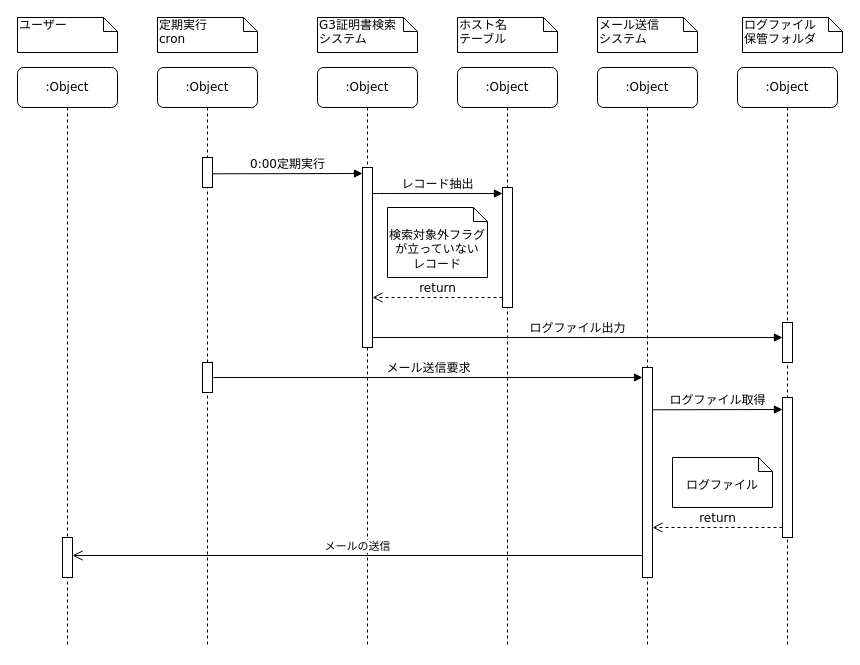
This is sequenceDiagram2.drawio from r-asano/kaihatsubuKenshu, a draw.io file, before an edit. Source tidied: cells renumbered, new cells numbered last; positions are measured from the earlier drawing's top-left corner, leaving out a move shared by most shapes. Both pictures are drawn from the tidied source at 100%, with x=0, y=0 at pixel (17, 17).
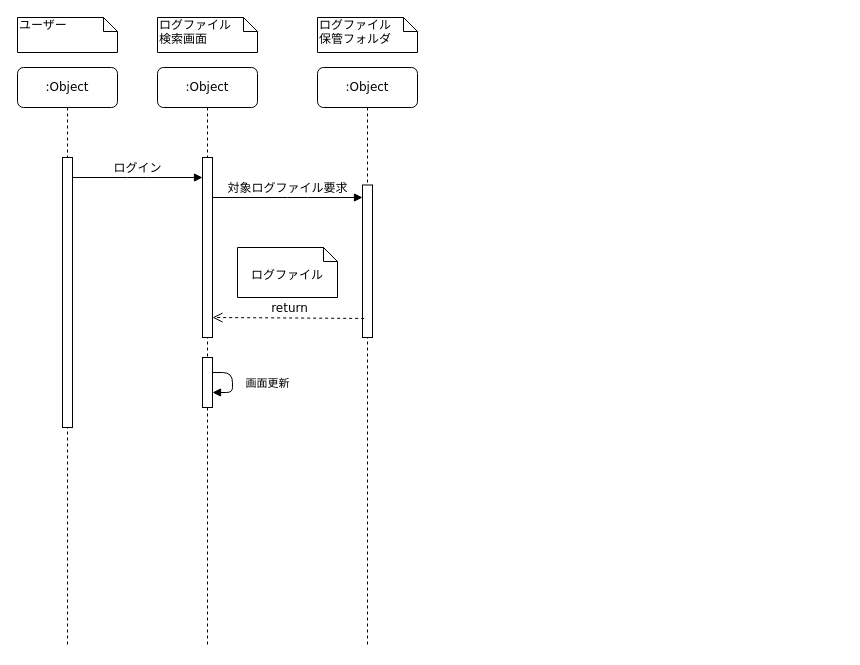
Above is the later version.

Unchanged cells that the change refers to:
```xml
<mxCell id="2" value=":Object" style="shape=umlLifeline;perimeter=lifelinePerimeter;whiteSpace=wrap;html=1;rounded=1;shadow=0;comic=0;labelBackgroundColor=none;strokeWidth=1;fontFamily=Verdana;fontSize=12;align=center;" parent="1" vertex="1">
  <mxGeometry x="140" y="50" width="100" height="580" as="geometry" />
</mxCell>
```

The edit, as a diff of the source:
```diff
@@
+    <mxCell id="4" style="html=1;points=[];perimeter=orthogonalPerimeter;rounded=0;shadow=0;comic=0;labelBackgroundColor=none;strokeWidth=1;fontFamily=Verdana;fontSize=12;align=center;" parent="2" vertex="1">
+      <mxGeometry x="45" y="90" width="10" height="180" as="geometry" />
+    </mxCell>
+    <mxCell id="32" style="html=1;points=[];perimeter=orthogonalPerimeter;rounded=0;shadow=0;comic=0;labelBackgroundColor=none;strokeWidth=1;fontFamily=Verdana;fontSize=12;align=center;" parent="2" vertex="1">
+      <mxGeometry x="45" y="290" width="10" height="50" as="geometry" />
+    </mxCell>
+    <mxCell id="33" value="画面更新" style="html=1;verticalAlign=bottom;endArrow=block;" parent="2" edge="1" source="32" target="32">
+      <mxGeometry x="0.33" y="-35" relative="1" as="geometry">
+        <mxPoint x="35" y="35" as="offset" />
+      </mxGeometry>
+    </mxCell>
+    <mxCell id="5" value=":Object" style="shape=umlLifeline;perimeter=lifelinePerimeter;whiteSpace=wrap;html=1;rounded=1;shadow=0;comic=0;labelBackgroundColor=none;strokeWidth=1;fontFamily=Verdana;fontSize=12;align=center;" parent="1" vertex="1">
+      <mxGeometry x="300" y="50" width="100" height="580" as="geometry" />
+    </mxCell>
+    <mxCell id="34" style="html=1;points=[];perimeter=orthogonalPerimeter;rounded=0;shadow=0;comic=0;labelBackgroundColor=none;strokeWidth=1;fontFamily=Verdana;fontSize=12;align=center;" parent="5" vertex="1">
+      <mxGeometry x="45" y="117.5" width="10" height="152.5" as="geometry" />
+    </mxCell>
+    <mxCell id="12" value=":Object" style="shape=umlLifeline;perimeter=lifelinePerimeter;whiteSpace=wrap;html=1;rounded=1;shadow=0;comic=0;labelBackgroundColor=none;strokeWidth=1;fontFamily=Verdana;fontSize=12;align=center;" parent="1" vertex="1">
+      <mxGeometry y="50" width="100" height="580" as="geometry" />
+    </mxCell>
-    <mxCell id="3" style="html=1;points=[];perimeter=orthogonalPerimeter;rounded=0;shadow=0;comic=0;labelBackgroundColor=none;strokeWidth=1;fontFamily=Verdana;fontSize=12;align=center;" parent="2" vertex="1">
-      <mxGeometry x="45" y="90" width="10" height="30" as="geometry" />
+    <mxCell id="3" style="html=1;points=[];perimeter=orthogonalPerimeter;rounded=0;shadow=0;comic=0;labelBackgroundColor=none;strokeWidth=1;fontFamily=Verdana;fontSize=12;align=center;" parent="12" vertex="1">
+      <mxGeometry x="45" y="90" width="10" height="270" as="geometry" />
     </mxCell>
-    <mxCell id="4" style="html=1;points=[];perimeter=orthogonalPerimeter;rounded=0;shadow=0;comic=0;labelBackgroundColor=none;strokeWidth=1;fontFamily=Verdana;fontSize=12;align=center;" parent="2" vertex="1">
-      <mxGeometry x="45" y="295" width="10" height="30" as="geometry" />
-    </mxCell>
-    <mxCell id="5" value=":Object" style="shape=umlLifeline;perimeter=lifelinePerimeter;whiteSpace=wrap;html=1;rounded=1;shadow=0;comic=0;labelBackgroundColor=none;strokeWidth=1;fontFamily=Verdana;fontSize=12;align=center;" parent="1" vertex="1">
-      <mxGeometry x="300" y="50" width="100" height="580" as="geometry" />
-    </mxCell>
-    <mxCell id="6" style="html=1;points=[];perimeter=orthogonalPerimeter;rounded=0;shadow=0;comic=0;labelBackgroundColor=none;strokeWidth=1;fontFamily=Verdana;fontSize=12;align=center;" parent="5" vertex="1">
-      <mxGeometry x="45" y="100" width="10" height="180" as="geometry" />
-    </mxCell>
-    <mxCell id="7" value=":Object" style="shape=umlLifeline;perimeter=lifelinePerimeter;whiteSpace=wrap;html=1;rounded=1;shadow=0;comic=0;labelBackgroundColor=none;strokeWidth=1;fontFamily=Verdana;fontSize=12;align=center;" parent="1" vertex="1">
-      <mxGeometry x="440" y="50" width="100" height="580" as="geometry" />
-    </mxCell>
-    <mxCell id="8" value=":Object" style="shape=umlLifeline;perimeter=lifelinePerimeter;whiteSpace=wrap;html=1;rounded=1;shadow=0;comic=0;labelBackgroundColor=none;strokeWidth=1;fontFamily=Verdana;fontSize=12;align=center;" parent="1" vertex="1">
-      <mxGeometry x="580" y="50" width="100" height="580" as="geometry" />
-    </mxCell>
-    <mxCell id="9" value=":Object" style="shape=umlLifeline;perimeter=lifelinePerimeter;whiteSpace=wrap;html=1;rounded=1;shadow=0;comic=0;labelBackgroundColor=none;strokeWidth=1;fontFamily=Verdana;fontSize=12;align=center;" parent="1" vertex="1">
-      <mxGeometry x="720" y="50" width="100" height="580" as="geometry" />
-    </mxCell>
-    <mxCell id="10" style="html=1;points=[];perimeter=orthogonalPerimeter;rounded=0;shadow=0;comic=0;labelBackgroundColor=none;strokeWidth=1;fontFamily=Verdana;fontSize=12;align=center;" parent="9" vertex="1">
-      <mxGeometry x="45" y="255" width="10" height="40" as="geometry" />
-    </mxCell>
-    <mxCell id="11" style="html=1;points=[];perimeter=orthogonalPerimeter;rounded=0;shadow=0;comic=0;labelBackgroundColor=none;strokeWidth=1;fontFamily=Verdana;fontSize=12;align=center;" parent="9" vertex="1">
-      <mxGeometry x="45" y="330" width="10" height="140" as="geometry" />
-    </mxCell>
-    <mxCell id="12" value=":Object" style="shape=umlLifeline;perimeter=lifelinePerimeter;whiteSpace=wrap;html=1;rounded=1;shadow=0;comic=0;labelBackgroundColor=none;strokeWidth=1;fontFamily=Verdana;fontSize=12;align=center;" parent="1" vertex="1">
-      <mxGeometry y="50" width="100" height="580" as="geometry" />
-    </mxCell>
-    <mxCell id="13" style="html=1;points=[];perimeter=orthogonalPerimeter;rounded=0;shadow=0;comic=0;labelBackgroundColor=none;strokeWidth=1;fontFamily=Verdana;fontSize=12;align=center;" parent="12" vertex="1">
-      <mxGeometry x="45" y="470" width="10" height="40" as="geometry" />
-    </mxCell>
-    <mxCell id="14" style="html=1;perimeter=orthogonalPerimeter;rounded=0;shadow=0;comic=0;labelBackgroundColor=none;strokeWidth=1;fontFamily=Verdana;fontSize=12;align=center;" parent="1" vertex="1">
-      <mxGeometry x="485" y="170" width="10" height="120" as="geometry" />
-    </mxCell>
-    <mxCell id="15" value="レコード抽出" style="html=1;verticalAlign=bottom;endArrow=block;labelBackgroundColor=none;fontFamily=Verdana;fontSize=12;edgeStyle=elbowEdgeStyle;elbow=vertical;" parent="1" edge="1">
-      <mxGeometry relative="1" as="geometry">
-        <mxPoint x="355" y="176" as="sourcePoint" />
-        <mxPoint x="485" y="176" as="targetPoint" />
-        <Array as="points">
-          <mxPoint x="360" y="176" />
-        </Array>
-      </mxGeometry>
-    </mxCell>
-    <mxCell id="16" style="html=1;points=[];perimeter=orthogonalPerimeter;rounded=0;shadow=0;comic=0;labelBackgroundColor=none;strokeWidth=1;fontFamily=Verdana;fontSize=12;align=center;" parent="1" vertex="1">
-      <mxGeometry x="625" y="350" width="10" height="210" as="geometry" />
-    </mxCell>
-    <mxCell id="17" value="return" style="html=1;verticalAlign=bottom;endArrow=open;dashed=1;endSize=8;labelBackgroundColor=none;fontFamily=Verdana;fontSize=12;edgeStyle=elbowEdgeStyle;elbow=vertical;" parent="1" edge="1">
-      <mxGeometry relative="1" as="geometry">
-        <mxPoint x="485" y="280" as="sourcePoint" />
-        <mxPoint x="355" y="280" as="targetPoint" />
-        <Array as="points">
-          <mxPoint x="430" y="280" />
-          <mxPoint x="430" y="270" />
-          <mxPoint x="460" y="270" />
-        </Array>
-      </mxGeometry>
-    </mxCell>
-    <mxCell id="18" value="0:00定期実行" style="html=1;verticalAlign=bottom;endArrow=block;entryX=0;entryY=0;labelBackgroundColor=none;fontFamily=Verdana;fontSize=12;edgeStyle=elbowEdgeStyle;elbow=vertical;" parent="1" edge="1">
+    <mxCell id="18" value="ログイン" style="html=1;verticalAlign=bottom;endArrow=block;labelBackgroundColor=none;fontFamily=Verdana;fontSize=12;edgeStyle=elbowEdgeStyle;elbow=vertical;" parent="1" edge="1" source="3" target="4">
       <mxGeometry relative="1" as="geometry">
-        <mxPoint x="195" y="156.3" as="sourcePoint" />
-        <mxPoint x="345" y="156" as="targetPoint" />
+        <Array as="points">
+          <mxPoint x="120" y="160" />
+        </Array>
       </mxGeometry>
     </mxCell>
@@
-    <mxCell id="20" value="&lt;div&gt;ホスト名&lt;/div&gt;&lt;div&gt;テーブル&lt;/div&gt;" style="shape=note;whiteSpace=wrap;html=1;size=14;verticalAlign=top;align=left;spacingTop=-6;rounded=0;shadow=0;comic=0;labelBackgroundColor=none;strokeWidth=1;fontFamily=Verdana;fontSize=12;" parent="1" vertex="1">
-      <mxGeometry x="440" width="100" height="35" as="geometry" />
-    </mxCell>
-    <mxCell id="21" value="G3証明書検索&lt;br&gt;システム" style="shape=note;whiteSpace=wrap;html=1;size=14;verticalAlign=top;align=left;spacingTop=-6;rounded=0;shadow=0;comic=0;labelBackgroundColor=none;strokeWidth=1;fontFamily=Verdana;fontSize=12;" parent="1" vertex="1">
-      <mxGeometry x="300" width="100" height="35" as="geometry" />
-    </mxCell>
-    <mxCell id="22" value="&lt;div&gt;メール送信&lt;/div&gt;&lt;div&gt;システム&lt;br&gt;&lt;/div&gt;" style="shape=note;whiteSpace=wrap;html=1;size=14;verticalAlign=top;align=left;spacingTop=-6;rounded=0;shadow=0;comic=0;labelBackgroundColor=none;strokeWidth=1;fontFamily=Verdana;fontSize=12;" parent="1" vertex="1">
-      <mxGeometry x="580" width="100" height="35" as="geometry" />
-    </mxCell>
-    <mxCell id="23" value="定期実行&lt;br&gt;cron" style="shape=note;whiteSpace=wrap;html=1;size=14;verticalAlign=top;align=left;spacingTop=-6;rounded=0;shadow=0;comic=0;labelBackgroundColor=none;strokeWidth=1;fontFamily=Verdana;fontSize=12;" parent="1" vertex="1">
+    <mxCell id="23" value="ログファイル&lt;br&gt;検索画面" style="shape=note;whiteSpace=wrap;html=1;size=14;verticalAlign=top;align=left;spacingTop=-6;rounded=0;shadow=0;comic=0;labelBackgroundColor=none;strokeWidth=1;fontFamily=Verdana;fontSize=12;" parent="1" vertex="1">
       <mxGeometry x="140" width="100" height="35" as="geometry" />
     </mxCell>
     <mxCell id="24" value="ログファイル&lt;br&gt;保管フォルダ" style="shape=note;whiteSpace=wrap;html=1;size=14;verticalAlign=top;align=left;spacingTop=-6;rounded=0;shadow=0;comic=0;labelBackgroundColor=none;strokeWidth=1;fontFamily=Verdana;fontSize=12;" parent="1" vertex="1">
-      <mxGeometry x="725" width="100" height="35" as="geometry" />
+      <mxGeometry x="300" width="100" height="35" as="geometry" />
     </mxCell>
-    <mxCell id="25" value="検索対象外フラグが立っていない&lt;br&gt;レコード" style="shape=note2;boundedLbl=1;whiteSpace=wrap;html=1;size=14;verticalAlign=top;align=center;" parent="1" vertex="1">
-      <mxGeometry x="370" y="190" width="100" height="70" as="geometry" />
-    </mxCell>
-    <mxCell id="26" value="メール送信要求" style="html=1;verticalAlign=bottom;endArrow=block;labelBackgroundColor=none;fontFamily=Verdana;fontSize=12;edgeStyle=elbowEdgeStyle;elbow=vertical;" parent="1" edge="1" target="16">
+    <mxCell id="26" value="対象ログファイル要求" style="html=1;verticalAlign=bottom;endArrow=block;labelBackgroundColor=none;fontFamily=Verdana;fontSize=12;edgeStyle=elbowEdgeStyle;elbow=vertical;" parent="1" edge="1" source="4" target="34">
       <mxGeometry relative="1" as="geometry">
-        <mxPoint x="196" y="360" as="sourcePoint" />
+        <Array as="points">
+          <mxPoint x="280" y="180" />
+        </Array>
       </mxGeometry>
     </mxCell>
-    <mxCell id="27" value="メールの送信" style="html=1;verticalAlign=bottom;endArrow=open;endSize=8;" parent="1" edge="1" target="13">
-      <mxGeometry relative="1" as="geometry">
-        <mxPoint x="625" y="538" as="sourcePoint" />
-      </mxGeometry>
-    </mxCell>
-    <mxCell id="28" value="ログファイル出力" style="html=1;verticalAlign=bottom;endArrow=block;labelBackgroundColor=none;fontFamily=Verdana;fontSize=12;edgeStyle=elbowEdgeStyle;elbow=vertical;" parent="1" edge="1" source="6" target="10">
-      <mxGeometry relative="1" as="geometry">
-        <Array as="points">
-          <mxPoint x="580" y="320" />
-        </Array>
-      </mxGeometry>
-    </mxCell>
-    <mxCell id="29" value="ログファイル取得" style="html=1;verticalAlign=bottom;endArrow=block;labelBackgroundColor=none;fontFamily=Verdana;fontSize=12;edgeStyle=elbowEdgeStyle;elbow=vertical;" parent="1" edge="1">
-      <mxGeometry relative="1" as="geometry">
-        <mxPoint x="635" y="392.3" as="sourcePoint" />
-        <mxPoint x="765" y="392.3" as="targetPoint" />
-      </mxGeometry>
-    </mxCell>
-    <mxCell id="30" value="return" style="html=1;verticalAlign=bottom;endArrow=open;dashed=1;endSize=8;labelBackgroundColor=none;fontFamily=Verdana;fontSize=12;edgeStyle=elbowEdgeStyle;elbow=vertical;" parent="1" edge="1" source="11" target="16">
-      <mxGeometry relative="1" as="geometry">
-        <Array as="points">
-          <mxPoint x="715" y="510" />
-          <mxPoint x="715" y="500" />
-          <mxPoint x="745" y="500" />
-        </Array>
-      </mxGeometry>
-    </mxCell>
+    <mxCell id="35" value="return" style="html=1;verticalAlign=bottom;endArrow=open;dashed=1;endSize=8;labelBackgroundColor=none;fontFamily=Verdana;fontSize=12;edgeStyle=elbowEdgeStyle;elbow=vertical;exitX=0.167;exitY=0.875;exitDx=0;exitDy=0;exitPerimeter=0;" parent="1" edge="1" source="34" target="4">
+      <mxGeometry relative="1" as="geometry">
+        <Array as="points">
+          <mxPoint x="280" y="300" />
+          <mxPoint x="280" y="290" />
+          <mxPoint x="310" y="290" />
+        </Array>
+      </mxGeometry>
+    </mxCell>
     <mxCell id="31" value="ログファイル" style="shape=note2;boundedLbl=1;whiteSpace=wrap;html=1;size=14;verticalAlign=top;align=center;" parent="1" vertex="1">
-      <mxGeometry x="655" y="440" width="100" height="50" as="geometry" />
+      <mxGeometry x="220" y="230" width="100" height="50" as="geometry" />
     </mxCell>
```
